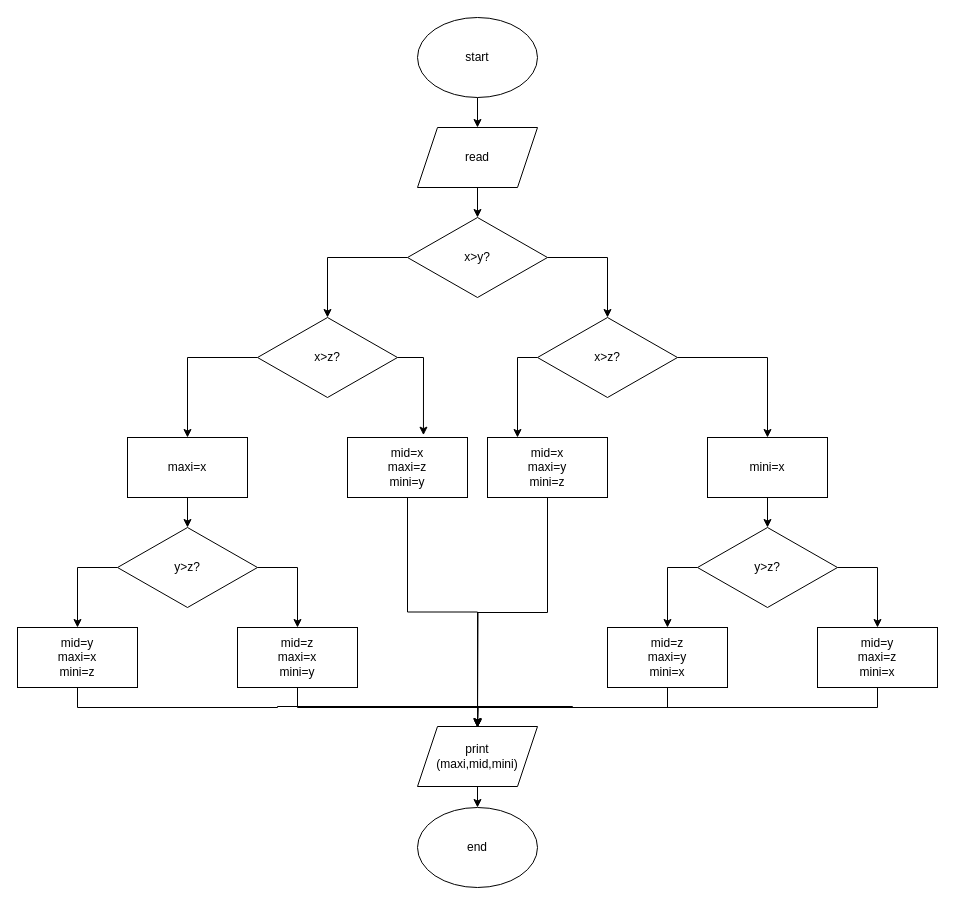
The draw.io diagram 제목 없는 다이어그램.drawio in kau-newbie/image, before the edit. Source tidied: cells renumbered, new cells numbered last; positions are measured from the earlier drawing's top-left corner, leaving out a move shared by most shapes. Both pictures are drawn from the tidied source at 100%, with x=0, y=0 at pixel (17, 17).
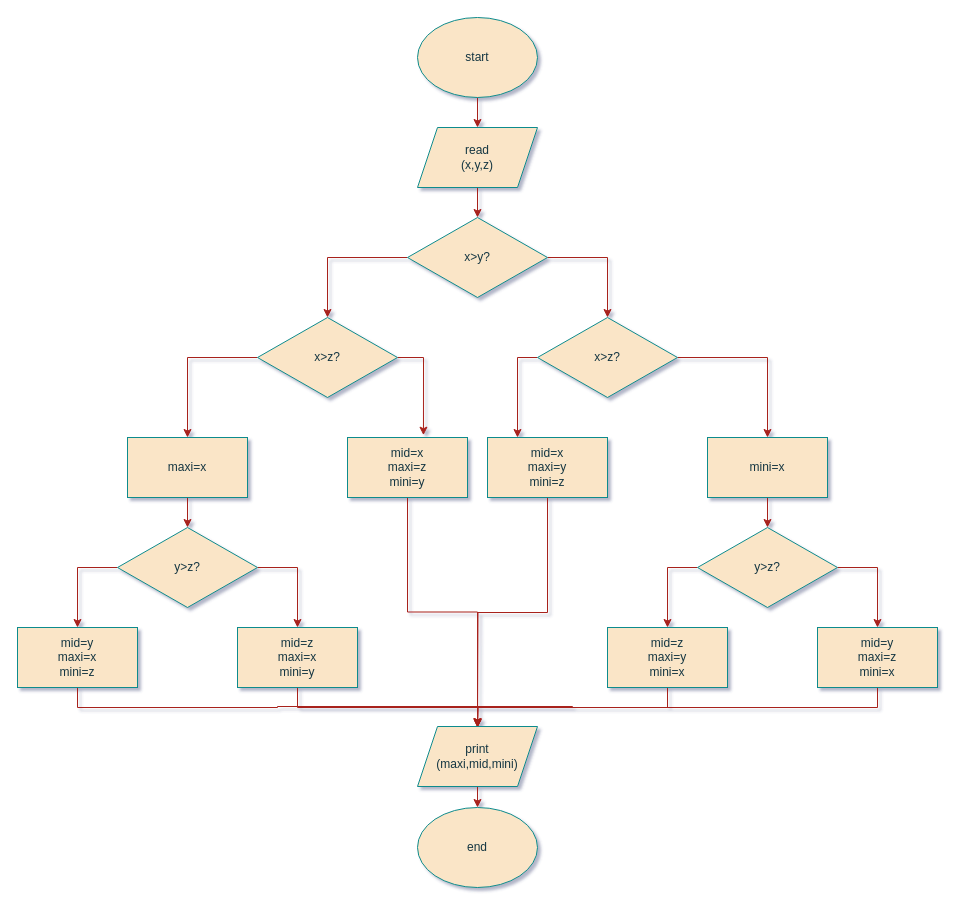
After the change.

Commit message:
제목 없는 다이어그램.drawio 업데이트

What changed in the source:
```diff
@@
-<mxGraphModel>
+<mxGraphModel background="#ffffff" shadow="1">
@@
-    <mxCell id="2" style="edgeStyle=orthogonalEdgeStyle;rounded=0;jettySize=auto;html=1;exitX=0.5;exitY=1;exitDx=0;exitDy=0;entryX=0.5;entryY=0;entryDx=0;entryDy=0;" parent="1" edge="1" source="3" target="5">
+    <mxCell id="2" style="edgeStyle=orthogonalEdgeStyle;rounded=0;jettySize=auto;html=1;exitX=0.5;exitY=1;exitDx=0;exitDy=0;entryX=0.5;entryY=0;entryDx=0;entryDy=0;labelBackgroundColor=none;strokeColor=#A8201A;fontColor=default;" parent="1" edge="1" source="3" target="5">
       <mxGeometry relative="1" as="geometry" />
     </mxCell>
-    <mxCell id="3" value="start" style="ellipse;whiteSpace=wrap;html=1;" parent="1" vertex="1">
+    <mxCell id="3" value="start" style="ellipse;whiteSpace=wrap;html=1;labelBackgroundColor=none;fillColor=#FAE5C7;strokeColor=#0F8B8D;fontColor=#143642;" parent="1" vertex="1">
       <mxGeometry x="400" width="120" height="80" as="geometry" />
     </mxCell>
-    <mxCell id="4" style="edgeStyle=orthogonalEdgeStyle;rounded=0;jettySize=auto;html=1;exitX=0.5;exitY=1;exitDx=0;exitDy=0;entryX=0.5;entryY=0;entryDx=0;entryDy=0;" parent="1" edge="1" source="5" target="8">
+    <mxCell id="4" style="edgeStyle=orthogonalEdgeStyle;rounded=0;jettySize=auto;html=1;exitX=0.5;exitY=1;exitDx=0;exitDy=0;entryX=0.5;entryY=0;entryDx=0;entryDy=0;labelBackgroundColor=none;strokeColor=#A8201A;fontColor=default;" parent="1" edge="1" source="5" target="8">
       <mxGeometry relative="1" as="geometry" />
     </mxCell>
-    <mxCell id="5" value="read" style="shape=parallelogram;perimeter=parallelogramPerimeter;whiteSpace=wrap;html=1;fixedSize=1;" parent="1" vertex="1">
+    <mxCell id="5" value="read&lt;br&gt;(x,y,z)" style="shape=parallelogram;perimeter=parallelogramPerimeter;whiteSpace=wrap;html=1;fixedSize=1;labelBackgroundColor=none;fillColor=#FAE5C7;strokeColor=#0F8B8D;fontColor=#143642;" parent="1" vertex="1">
       <mxGeometry x="400" y="110" width="120" height="60" as="geometry" />
     </mxCell>
-    <mxCell id="6" style="edgeStyle=orthogonalEdgeStyle;rounded=0;jettySize=auto;html=1;exitX=1;exitY=0.5;exitDx=0;exitDy=0;entryX=0.5;entryY=0;entryDx=0;entryDy=0;" parent="1" edge="1" source="8" target="14">
+    <mxCell id="6" style="edgeStyle=orthogonalEdgeStyle;rounded=0;jettySize=auto;html=1;exitX=1;exitY=0.5;exitDx=0;exitDy=0;entryX=0.5;entryY=0;entryDx=0;entryDy=0;labelBackgroundColor=none;strokeColor=#A8201A;fontColor=default;" parent="1" edge="1" source="8" target="14">
       <mxGeometry relative="1" as="geometry" />
     </mxCell>
-    <mxCell id="7" style="edgeStyle=orthogonalEdgeStyle;rounded=0;jettySize=auto;html=1;exitX=0;exitY=0.5;exitDx=0;exitDy=0;entryX=0.5;entryY=0;entryDx=0;entryDy=0;" parent="1" edge="1" source="8" target="11">
+    <mxCell id="7" style="edgeStyle=orthogonalEdgeStyle;rounded=0;jettySize=auto;html=1;exitX=0;exitY=0.5;exitDx=0;exitDy=0;entryX=0.5;entryY=0;entryDx=0;entryDy=0;labelBackgroundColor=none;strokeColor=#A8201A;fontColor=default;" parent="1" edge="1" source="8" target="11">
       <mxGeometry relative="1" as="geometry" />
     </mxCell>
-    <mxCell id="8" value="x&amp;gt;y?" style="rhombus;whiteSpace=wrap;html=1;" parent="1" vertex="1">
+    <mxCell id="8" value="x&amp;gt;y?" style="rhombus;whiteSpace=wrap;html=1;labelBackgroundColor=none;fillColor=#FAE5C7;strokeColor=#0F8B8D;fontColor=#143642;" parent="1" vertex="1">
       <mxGeometry x="390" y="200" width="140" height="80" as="geometry" />
     </mxCell>
-    <mxCell id="9" style="edgeStyle=orthogonalEdgeStyle;rounded=0;jettySize=auto;html=1;exitX=0;exitY=0.5;exitDx=0;exitDy=0;entryX=0.5;entryY=0;entryDx=0;entryDy=0;" parent="1" edge="1" source="11" target="16">
+    <mxCell id="9" style="edgeStyle=orthogonalEdgeStyle;rounded=0;jettySize=auto;html=1;exitX=0;exitY=0.5;exitDx=0;exitDy=0;entryX=0.5;entryY=0;entryDx=0;entryDy=0;labelBackgroundColor=none;strokeColor=#A8201A;fontColor=default;" parent="1" edge="1" source="11" target="16">
       <mxGeometry relative="1" as="geometry" />
     </mxCell>
-    <mxCell id="10" style="edgeStyle=orthogonalEdgeStyle;rounded=0;jettySize=auto;html=1;exitX=1;exitY=0.5;exitDx=0;exitDy=0;entryX=0.633;entryY=-0.039;entryDx=0;entryDy=0;entryPerimeter=0;" parent="1" edge="1" source="11" target="18">
+    <mxCell id="10" style="edgeStyle=orthogonalEdgeStyle;rounded=0;jettySize=auto;html=1;exitX=1;exitY=0.5;exitDx=0;exitDy=0;entryX=0.633;entryY=-0.039;entryDx=0;entryDy=0;entryPerimeter=0;labelBackgroundColor=none;strokeColor=#A8201A;fontColor=default;" parent="1" edge="1" source="11" target="18">
       <mxGeometry relative="1" as="geometry" />
     </mxCell>
-    <mxCell id="11" value="x&amp;gt;z?" style="rhombus;whiteSpace=wrap;html=1;" parent="1" vertex="1">
+    <mxCell id="11" value="x&amp;gt;z?" style="rhombus;whiteSpace=wrap;html=1;labelBackgroundColor=none;fillColor=#FAE5C7;strokeColor=#0F8B8D;fontColor=#143642;" parent="1" vertex="1">
       <mxGeometry x="240" y="300" width="140" height="80" as="geometry" />
     </mxCell>
-    <mxCell id="12" style="edgeStyle=orthogonalEdgeStyle;rounded=0;jettySize=auto;html=1;exitX=1;exitY=0.5;exitDx=0;exitDy=0;entryX=0.5;entryY=0;entryDx=0;entryDy=0;" parent="1" edge="1" source="14" target="22">
+    <mxCell id="12" style="edgeStyle=orthogonalEdgeStyle;rounded=0;jettySize=auto;html=1;exitX=1;exitY=0.5;exitDx=0;exitDy=0;entryX=0.5;entryY=0;entryDx=0;entryDy=0;labelBackgroundColor=none;strokeColor=#A8201A;fontColor=default;" parent="1" edge="1" source="14" target="22">
       <mxGeometry relative="1" as="geometry" />
     </mxCell>
-    <mxCell id="13" style="edgeStyle=orthogonalEdgeStyle;rounded=0;jettySize=auto;html=1;exitX=0;exitY=0.5;exitDx=0;exitDy=0;entryX=0.25;entryY=0;entryDx=0;entryDy=0;" parent="1" edge="1" source="14" target="20">
+    <mxCell id="13" style="edgeStyle=orthogonalEdgeStyle;rounded=0;jettySize=auto;html=1;exitX=0;exitY=0.5;exitDx=0;exitDy=0;entryX=0.25;entryY=0;entryDx=0;entryDy=0;labelBackgroundColor=none;strokeColor=#A8201A;fontColor=default;" parent="1" edge="1" source="14" target="20">
       <mxGeometry relative="1" as="geometry" />
     </mxCell>
-    <mxCell id="14" value="x&amp;gt;z?" style="rhombus;whiteSpace=wrap;html=1;" parent="1" vertex="1">
+    <mxCell id="14" value="x&amp;gt;z?" style="rhombus;whiteSpace=wrap;html=1;labelBackgroundColor=none;fillColor=#FAE5C7;strokeColor=#0F8B8D;fontColor=#143642;" parent="1" vertex="1">
       <mxGeometry x="520" y="300" width="140" height="80" as="geometry" />
     </mxCell>
-    <mxCell id="15" style="edgeStyle=orthogonalEdgeStyle;rounded=0;jettySize=auto;html=1;exitX=0.5;exitY=1;exitDx=0;exitDy=0;entryX=0.5;entryY=0;entryDx=0;entryDy=0;" parent="1" edge="1" source="16" target="27">
+    <mxCell id="15" style="edgeStyle=orthogonalEdgeStyle;rounded=0;jettySize=auto;html=1;exitX=0.5;exitY=1;exitDx=0;exitDy=0;entryX=0.5;entryY=0;entryDx=0;entryDy=0;labelBackgroundColor=none;strokeColor=#A8201A;fontColor=default;" parent="1" edge="1" source="16" target="27">
       <mxGeometry relative="1" as="geometry" />
     </mxCell>
-    <mxCell id="16" value="maxi=x" style="rounded=0;whiteSpace=wrap;html=1;" parent="1" vertex="1">
+    <mxCell id="16" value="maxi=x" style="rounded=0;whiteSpace=wrap;html=1;labelBackgroundColor=none;fillColor=#FAE5C7;strokeColor=#0F8B8D;fontColor=#143642;" parent="1" vertex="1">
       <mxGeometry x="110" y="420" width="120" height="60" as="geometry" />
     </mxCell>
-    <mxCell id="17" style="edgeStyle=orthogonalEdgeStyle;rounded=0;jettySize=auto;html=1;exitX=0.5;exitY=1;exitDx=0;exitDy=0;entryX=0.5;entryY=0;entryDx=0;entryDy=0;" parent="1" edge="1" source="18" target="38">
+    <mxCell id="17" style="edgeStyle=orthogonalEdgeStyle;rounded=0;jettySize=auto;html=1;exitX=0.5;exitY=1;exitDx=0;exitDy=0;entryX=0.5;entryY=0;entryDx=0;entryDy=0;labelBackgroundColor=none;strokeColor=#A8201A;fontColor=default;" parent="1" edge="1" source="18" target="38">
       <mxGeometry relative="1" as="geometry" />
     </mxCell>
-    <mxCell id="18" value="mid=x&lt;br&gt;maxi=z&lt;br&gt;mini=y" style="rounded=0;whiteSpace=wrap;html=1;" parent="1" vertex="1">
+    <mxCell id="18" value="mid=x&lt;br&gt;maxi=z&lt;br&gt;mini=y" style="rounded=0;whiteSpace=wrap;html=1;labelBackgroundColor=none;fillColor=#FAE5C7;strokeColor=#0F8B8D;fontColor=#143642;" parent="1" vertex="1">
       <mxGeometry x="330" y="420" width="120" height="60" as="geometry" />
     </mxCell>
-    <mxCell id="19" style="edgeStyle=orthogonalEdgeStyle;rounded=0;jettySize=auto;html=1;exitX=0.5;exitY=1;exitDx=0;exitDy=0;" parent="1" edge="1" source="20">
+    <mxCell id="19" style="edgeStyle=orthogonalEdgeStyle;rounded=0;jettySize=auto;html=1;exitX=0.5;exitY=1;exitDx=0;exitDy=0;labelBackgroundColor=none;strokeColor=#A8201A;fontColor=default;" parent="1" edge="1" source="20">
       <mxGeometry relative="1" as="geometry">
         <mxPoint x="460" y="710" as="targetPoint" />
       </mxGeometry>
     </mxCell>
-    <mxCell id="20" value="mid=x&lt;br&gt;maxi=y&lt;br&gt;mini=z" style="rounded=0;whiteSpace=wrap;html=1;" parent="1" vertex="1">
+    <mxCell id="20" value="mid=x&lt;br&gt;maxi=y&lt;br&gt;mini=z" style="rounded=0;whiteSpace=wrap;html=1;labelBackgroundColor=none;fillColor=#FAE5C7;strokeColor=#0F8B8D;fontColor=#143642;" parent="1" vertex="1">
       <mxGeometry x="470" y="420" width="120" height="60" as="geometry" />
     </mxCell>
-    <mxCell id="21" style="edgeStyle=orthogonalEdgeStyle;rounded=0;jettySize=auto;html=1;exitX=0.5;exitY=1;exitDx=0;exitDy=0;entryX=0.5;entryY=0;entryDx=0;entryDy=0;" parent="1" edge="1" source="22" target="30">
+    <mxCell id="21" style="edgeStyle=orthogonalEdgeStyle;rounded=0;jettySize=auto;html=1;exitX=0.5;exitY=1;exitDx=0;exitDy=0;entryX=0.5;entryY=0;entryDx=0;entryDy=0;labelBackgroundColor=none;strokeColor=#A8201A;fontColor=default;" parent="1" edge="1" source="22" target="30">
       <mxGeometry relative="1" as="geometry" />
     </mxCell>
-    <mxCell id="22" value="mini=x" style="rounded=0;whiteSpace=wrap;html=1;" parent="1" vertex="1">
+    <mxCell id="22" value="mini=x" style="rounded=0;whiteSpace=wrap;html=1;labelBackgroundColor=none;fillColor=#FAE5C7;strokeColor=#0F8B8D;fontColor=#143642;" parent="1" vertex="1">
       <mxGeometry x="690" y="420" width="120" height="60" as="geometry" />
     </mxCell>
-    <mxCell id="23" style="edgeStyle=orthogonalEdgeStyle;rounded=0;jettySize=auto;html=1;exitX=0.5;exitY=1;exitDx=0;exitDy=0;" parent="1" edge="1" source="24">
+    <mxCell id="23" style="edgeStyle=orthogonalEdgeStyle;rounded=0;jettySize=auto;html=1;exitX=0.5;exitY=1;exitDx=0;exitDy=0;labelBackgroundColor=none;strokeColor=#A8201A;fontColor=default;" parent="1" edge="1" source="24">
       <mxGeometry relative="1" as="geometry">
         <mxPoint x="460" y="710" as="targetPoint" />
       </mxGeometry>
     </mxCell>
-    <mxCell id="24" value="mid=y&lt;br&gt;maxi=z&lt;br&gt;mini=x" style="rounded=0;whiteSpace=wrap;html=1;" parent="1" vertex="1">
+    <mxCell id="24" value="mid=y&lt;br&gt;maxi=z&lt;br&gt;mini=x" style="rounded=0;whiteSpace=wrap;html=1;labelBackgroundColor=none;fillColor=#FAE5C7;strokeColor=#0F8B8D;fontColor=#143642;" parent="1" vertex="1">
       <mxGeometry x="800" y="610" width="120" height="60" as="geometry" />
     </mxCell>
-    <mxCell id="25" style="edgeStyle=orthogonalEdgeStyle;rounded=0;jettySize=auto;html=1;exitX=0;exitY=0.5;exitDx=0;exitDy=0;entryX=0.5;entryY=0;entryDx=0;entryDy=0;" parent="1" edge="1" source="27" target="36">
+    <mxCell id="25" style="edgeStyle=orthogonalEdgeStyle;rounded=0;jettySize=auto;html=1;exitX=0;exitY=0.5;exitDx=0;exitDy=0;entryX=0.5;entryY=0;entryDx=0;entryDy=0;labelBackgroundColor=none;strokeColor=#A8201A;fontColor=default;" parent="1" edge="1" source="27" target="36">
       <mxGeometry relative="1" as="geometry" />
     </mxCell>
-    <mxCell id="26" style="edgeStyle=orthogonalEdgeStyle;rounded=0;jettySize=auto;html=1;exitX=1;exitY=0.5;exitDx=0;exitDy=0;entryX=0.5;entryY=0;entryDx=0;entryDy=0;" parent="1" edge="1" source="27" target="34">
+    <mxCell id="26" style="edgeStyle=orthogonalEdgeStyle;rounded=0;jettySize=auto;html=1;exitX=1;exitY=0.5;exitDx=0;exitDy=0;entryX=0.5;entryY=0;entryDx=0;entryDy=0;labelBackgroundColor=none;strokeColor=#A8201A;fontColor=default;" parent="1" edge="1" source="27" target="34">
       <mxGeometry relative="1" as="geometry" />
     </mxCell>
-    <mxCell id="27" value="y&amp;gt;z?" style="rhombus;whiteSpace=wrap;html=1;" parent="1" vertex="1">
+    <mxCell id="27" value="y&amp;gt;z?" style="rhombus;whiteSpace=wrap;html=1;labelBackgroundColor=none;fillColor=#FAE5C7;strokeColor=#0F8B8D;fontColor=#143642;" parent="1" vertex="1">
       <mxGeometry x="100" y="510" width="140" height="80" as="geometry" />
     </mxCell>
-    <mxCell id="28" style="edgeStyle=orthogonalEdgeStyle;rounded=0;jettySize=auto;html=1;exitX=0;exitY=0.5;exitDx=0;exitDy=0;entryX=0.5;entryY=0;entryDx=0;entryDy=0;" parent="1" edge="1" source="30" target="32">
+    <mxCell id="28" style="edgeStyle=orthogonalEdgeStyle;rounded=0;jettySize=auto;html=1;exitX=0;exitY=0.5;exitDx=0;exitDy=0;entryX=0.5;entryY=0;entryDx=0;entryDy=0;labelBackgroundColor=none;strokeColor=#A8201A;fontColor=default;" parent="1" edge="1" source="30" target="32">
       <mxGeometry relative="1" as="geometry" />
     </mxCell>
-    <mxCell id="29" style="edgeStyle=orthogonalEdgeStyle;rounded=0;jettySize=auto;html=1;exitX=1;exitY=0.5;exitDx=0;exitDy=0;entryX=0.5;entryY=0;entryDx=0;entryDy=0;" parent="1" edge="1" source="30" target="24">
+    <mxCell id="29" style="edgeStyle=orthogonalEdgeStyle;rounded=0;jettySize=auto;html=1;exitX=1;exitY=0.5;exitDx=0;exitDy=0;entryX=0.5;entryY=0;entryDx=0;entryDy=0;labelBackgroundColor=none;strokeColor=#A8201A;fontColor=default;" parent="1" edge="1" source="30" target="24">
       <mxGeometry relative="1" as="geometry" />
     </mxCell>
-    <mxCell id="30" value="y&amp;gt;z?" style="rhombus;whiteSpace=wrap;html=1;" parent="1" vertex="1">
+    <mxCell id="30" value="y&amp;gt;z?" style="rhombus;whiteSpace=wrap;html=1;labelBackgroundColor=none;fillColor=#FAE5C7;strokeColor=#0F8B8D;fontColor=#143642;" parent="1" vertex="1">
       <mxGeometry x="680" y="510" width="140" height="80" as="geometry" />
     </mxCell>
-    <mxCell id="31" style="edgeStyle=orthogonalEdgeStyle;rounded=0;jettySize=auto;html=1;exitX=0.5;exitY=1;exitDx=0;exitDy=0;entryX=0.5;entryY=0;entryDx=0;entryDy=0;" parent="1" edge="1" source="32" target="38">
+    <mxCell id="31" style="edgeStyle=orthogonalEdgeStyle;rounded=0;jettySize=auto;html=1;exitX=0.5;exitY=1;exitDx=0;exitDy=0;entryX=0.5;entryY=0;entryDx=0;entryDy=0;labelBackgroundColor=none;strokeColor=#A8201A;fontColor=default;" parent="1" edge="1" source="32" target="38">
       <mxGeometry relative="1" as="geometry" />
     </mxCell>
-    <mxCell id="32" value="mid=z&lt;br&gt;maxi=y&lt;br&gt;mini=x" style="rounded=0;whiteSpace=wrap;html=1;" parent="1" vertex="1">
+    <mxCell id="32" value="mid=z&lt;br&gt;maxi=y&lt;br&gt;mini=x" style="rounded=0;whiteSpace=wrap;html=1;labelBackgroundColor=none;fillColor=#FAE5C7;strokeColor=#0F8B8D;fontColor=#143642;" parent="1" vertex="1">
       <mxGeometry x="590" y="610" width="120" height="60" as="geometry" />
     </mxCell>
-    <mxCell id="33" style="edgeStyle=orthogonalEdgeStyle;rounded=0;jettySize=auto;html=1;exitX=0.5;exitY=1;exitDx=0;exitDy=0;" parent="1" edge="1" source="34">
+    <mxCell id="33" style="edgeStyle=orthogonalEdgeStyle;rounded=0;jettySize=auto;html=1;exitX=0.5;exitY=1;exitDx=0;exitDy=0;labelBackgroundColor=none;strokeColor=#A8201A;fontColor=default;" parent="1" edge="1" source="34">
       <mxGeometry relative="1" as="geometry">
         <mxPoint x="460" y="710" as="targetPoint" />
       </mxGeometry>
     </mxCell>
-    <mxCell id="34" value="mid=z&lt;br&gt;maxi=x&lt;br&gt;mini=y" style="rounded=0;whiteSpace=wrap;html=1;" parent="1" vertex="1">
+    <mxCell id="34" value="mid=z&lt;br&gt;maxi=x&lt;br&gt;mini=y" style="rounded=0;whiteSpace=wrap;html=1;labelBackgroundColor=none;fillColor=#FAE5C7;strokeColor=#0F8B8D;fontColor=#143642;" parent="1" vertex="1">
       <mxGeometry x="220" y="610" width="120" height="60" as="geometry" />
     </mxCell>
-    <mxCell id="35" style="edgeStyle=orthogonalEdgeStyle;rounded=0;jettySize=auto;html=1;exitX=0.5;exitY=1;exitDx=0;exitDy=0;entryX=0.5;entryY=0;entryDx=0;entryDy=0;" parent="1" edge="1" source="36" target="38">
+    <mxCell id="35" style="edgeStyle=orthogonalEdgeStyle;rounded=0;jettySize=auto;html=1;exitX=0.5;exitY=1;exitDx=0;exitDy=0;entryX=0.5;entryY=0;entryDx=0;entryDy=0;labelBackgroundColor=none;strokeColor=#A8201A;fontColor=default;" parent="1" edge="1" source="36" target="38">
       <mxGeometry relative="1" as="geometry" />
     </mxCell>
-    <mxCell id="36" value="mid=y&lt;br&gt;maxi=x&lt;br&gt;mini=z" style="rounded=0;whiteSpace=wrap;html=1;" parent="1" vertex="1">
+    <mxCell id="36" value="mid=y&lt;br&gt;maxi=x&lt;br&gt;mini=z" style="rounded=0;whiteSpace=wrap;html=1;labelBackgroundColor=none;fillColor=#FAE5C7;strokeColor=#0F8B8D;fontColor=#143642;" parent="1" vertex="1">
       <mxGeometry y="610" width="120" height="60" as="geometry" />
     </mxCell>
-    <mxCell id="37" style="edgeStyle=orthogonalEdgeStyle;rounded=0;jettySize=auto;html=1;exitX=0.5;exitY=1;exitDx=0;exitDy=0;entryX=0.5;entryY=0;entryDx=0;entryDy=0;" parent="1" edge="1" source="38" target="39">
+    <mxCell id="37" style="edgeStyle=orthogonalEdgeStyle;rounded=0;jettySize=auto;html=1;exitX=0.5;exitY=1;exitDx=0;exitDy=0;entryX=0.5;entryY=0;entryDx=0;entryDy=0;labelBackgroundColor=none;strokeColor=#A8201A;fontColor=default;" parent="1" edge="1" source="38" target="39">
       <mxGeometry relative="1" as="geometry" />
     </mxCell>
-    <mxCell id="38" value="print&lt;br&gt;(maxi,mid,mini)" style="shape=parallelogram;perimeter=parallelogramPerimeter;whiteSpace=wrap;html=1;fixedSize=1;" parent="1" vertex="1">
+    <mxCell id="38" value="print&lt;br&gt;(maxi,mid,mini)" style="shape=parallelogram;perimeter=parallelogramPerimeter;whiteSpace=wrap;html=1;fixedSize=1;labelBackgroundColor=none;fillColor=#FAE5C7;strokeColor=#0F8B8D;fontColor=#143642;" parent="1" vertex="1">
       <mxGeometry x="400" y="709" width="120" height="60" as="geometry" />
     </mxCell>
-    <mxCell id="39" value="end" style="ellipse;whiteSpace=wrap;html=1;" parent="1" vertex="1">
+    <mxCell id="39" value="end" style="ellipse;whiteSpace=wrap;html=1;labelBackgroundColor=none;fillColor=#FAE5C7;strokeColor=#0F8B8D;fontColor=#143642;" parent="1" vertex="1">
       <mxGeometry x="400" y="790" width="120" height="80" as="geometry" />
     </mxCell>
```
